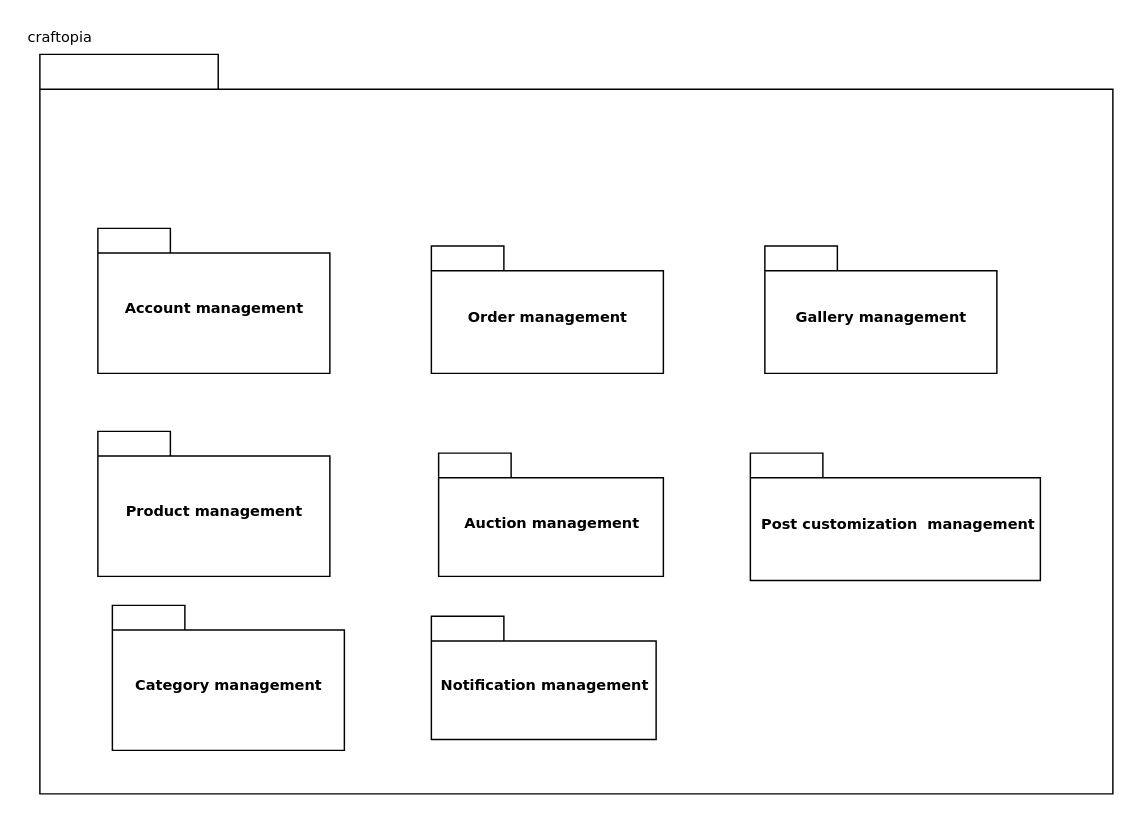
Before: Decomposition/Controller.drawio in alibedair/Graduation-Project, a draw.io diagram. Source tidied: cells renumbered, new cells numbered last; positions are measured from the earlier drawing's top-left corner, leaving out a move shared by most shapes. Both pictures are drawn from the tidied source at 145%, with x=0, y=0 at pixel (25, 25).
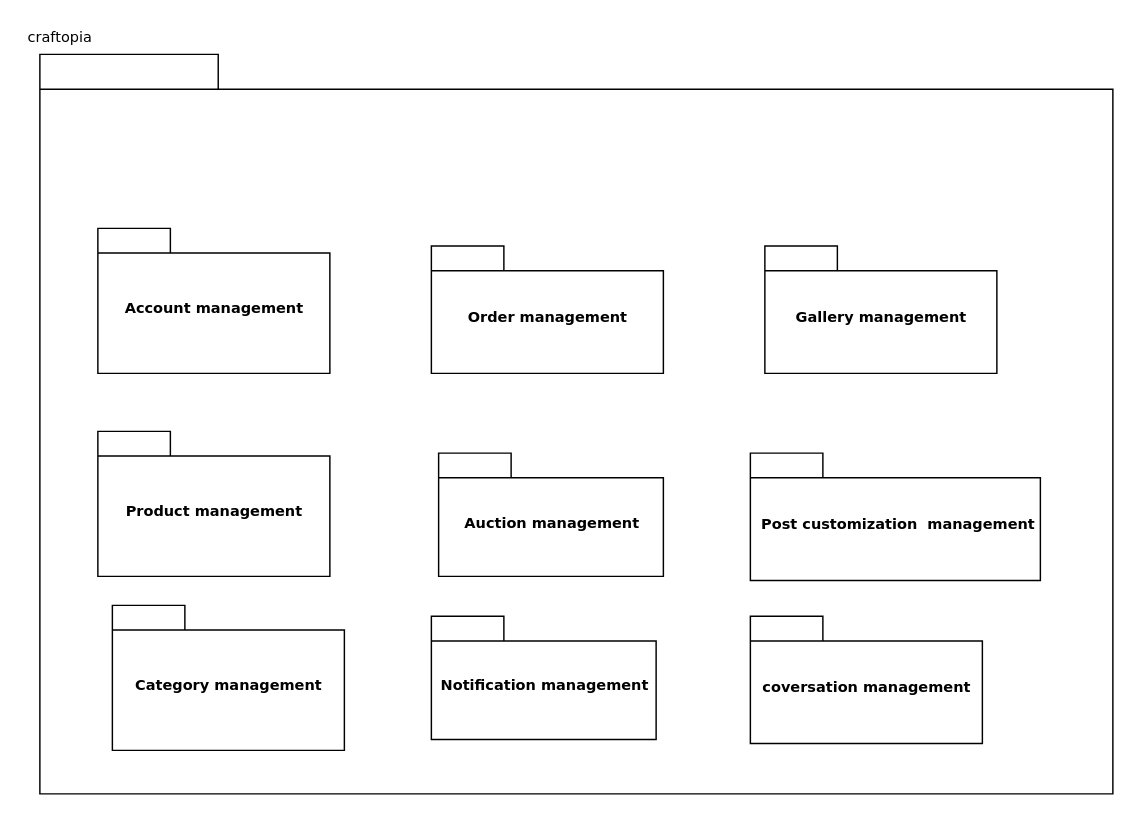
The same diagram, later.

Diff of the diagram source:
```diff
@@
 <mxGraphModel>
   <root>
     <mxCell id="0" />
     <mxCell id="1" parent="0" />
     <mxCell id="2" style="shape=folder;fontStyle=1;spacingTop=10;tabWidth=123;tabHeight=24;tabPosition=left;html=1;rounded=0;shadow=0;comic=0;labelBackgroundColor=none;strokeColor=#000000;strokeWidth=1;fillColor=#ffffff;fontFamily=Verdana;fontSize=10;fontColor=#000000;align=center;" parent="1" vertex="1">
       <mxGeometry x="10" y="20" width="740" height="510" as="geometry" />
     </mxCell>
     <mxCell id="3" value="Account management" style="shape=folder;fontStyle=1;spacingTop=10;tabWidth=50;tabHeight=17;tabPosition=left;html=1;rounded=0;shadow=0;comic=0;labelBackgroundColor=none;strokeColor=#000000;strokeWidth=1;fillColor=#ffffff;fontFamily=Verdana;fontSize=10;fontColor=#000000;align=center;" parent="1" vertex="1">
       <mxGeometry x="50" y="140" width="160" height="100" as="geometry" />
     </mxCell>
     <mxCell id="4" value="Product management" style="shape=folder;fontStyle=1;spacingTop=10;tabWidth=50;tabHeight=17;tabPosition=left;html=1;rounded=0;shadow=0;comic=0;labelBackgroundColor=none;strokeColor=#000000;strokeWidth=1;fillColor=#ffffff;fontFamily=Verdana;fontSize=10;fontColor=#000000;align=center;" parent="1" vertex="1">
       <mxGeometry x="50" y="280" width="160" height="100" as="geometry" />
     </mxCell>
     <mxCell id="5" value="Order management" style="shape=folder;fontStyle=1;spacingTop=10;tabWidth=50;tabHeight=17;tabPosition=left;html=1;rounded=0;shadow=0;comic=0;labelBackgroundColor=none;strokeColor=#000000;strokeWidth=1;fillColor=#ffffff;fontFamily=Verdana;fontSize=10;fontColor=#000000;align=center;" parent="1" vertex="1">
       <mxGeometry x="280" y="152.2" width="160" height="87.8" as="geometry" />
     </mxCell>
     <mxCell id="6" value="Auction management" style="shape=folder;fontStyle=1;spacingTop=10;tabWidth=50;tabHeight=17;tabPosition=left;html=1;rounded=0;shadow=0;comic=0;labelBackgroundColor=none;strokeColor=#000000;strokeWidth=1;fillColor=#ffffff;fontFamily=Verdana;fontSize=10;fontColor=#000000;align=center;" parent="1" vertex="1">
       <mxGeometry x="285" y="295" width="155" height="85" as="geometry" />
     </mxCell>
     <mxCell id="7" value="craftopia" style="text;html=1;align=left;verticalAlign=top;spacingTop=-4;fontSize=10;fontFamily=Verdana;" parent="1" vertex="1">
       <mxGeometry width="80" height="30" as="geometry" />
     </mxCell>
     <mxCell id="8" value="Gallery management" style="shape=folder;fontStyle=1;spacingTop=10;tabWidth=50;tabHeight=17;tabPosition=left;html=1;rounded=0;shadow=0;comic=0;labelBackgroundColor=none;strokeColor=#000000;strokeWidth=1;fillColor=#ffffff;fontFamily=Verdana;fontSize=10;fontColor=#000000;align=center;" parent="1" vertex="1">
       <mxGeometry x="510" y="152.2" width="160" height="87.8" as="geometry" />
     </mxCell>
     <mxCell id="9" value="&amp;nbsp;Post customization&amp;nbsp; management" style="shape=folder;fontStyle=1;spacingTop=10;tabWidth=50;tabHeight=17;tabPosition=left;html=1;rounded=0;shadow=0;comic=0;labelBackgroundColor=none;strokeColor=#000000;strokeWidth=1;fillColor=#ffffff;fontFamily=Verdana;fontSize=10;fontColor=#000000;align=center;" parent="1" vertex="1">
       <mxGeometry x="500" y="295" width="200" height="87.8" as="geometry" />
     </mxCell>
     <mxCell id="10" value="Category management" style="shape=folder;fontStyle=1;spacingTop=10;tabWidth=50;tabHeight=17;tabPosition=left;html=1;rounded=0;shadow=0;comic=0;labelBackgroundColor=none;strokeColor=#000000;strokeWidth=1;fillColor=#ffffff;fontFamily=Verdana;fontSize=10;fontColor=#000000;align=center;" parent="1" vertex="1">
       <mxGeometry x="60" y="400" width="160" height="100" as="geometry" />
     </mxCell>
     <mxCell id="11" value="Notification management" style="shape=folder;fontStyle=1;spacingTop=10;tabWidth=50;tabHeight=17;tabPosition=left;html=1;rounded=0;shadow=0;comic=0;labelBackgroundColor=none;strokeColor=#000000;strokeWidth=1;fillColor=#ffffff;fontFamily=Verdana;fontSize=10;fontColor=#000000;align=center;" parent="1" vertex="1">
       <mxGeometry x="280" y="407.5" width="155" height="85" as="geometry" />
     </mxCell>
+    <mxCell id="12" value="coversation management" style="shape=folder;fontStyle=1;spacingTop=10;tabWidth=50;tabHeight=17;tabPosition=left;html=1;rounded=0;shadow=0;comic=0;labelBackgroundColor=none;strokeColor=#000000;strokeWidth=1;fillColor=#ffffff;fontFamily=Verdana;fontSize=10;fontColor=#000000;align=center;" parent="1" vertex="1">
+      <mxGeometry x="500" y="407.5" width="160" height="87.8" as="geometry" />
+    </mxCell>
   </root>
 </mxGraphModel>
```
